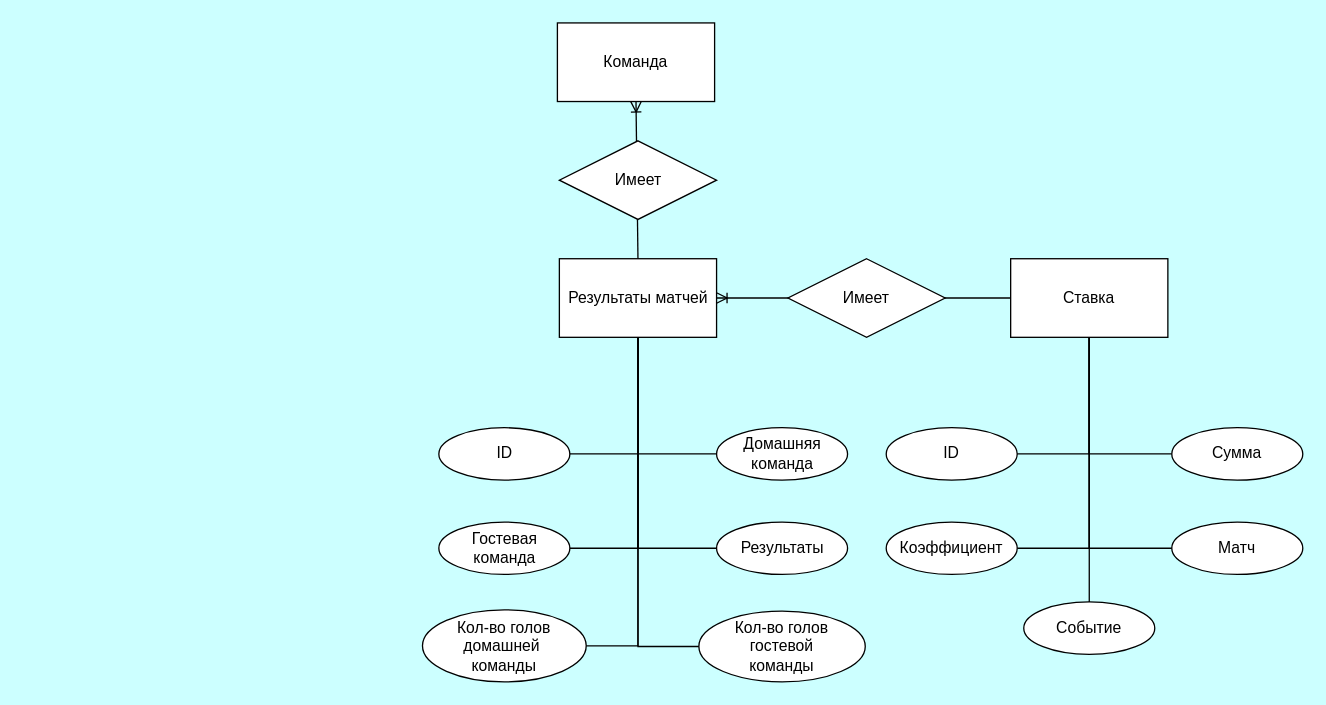
The draw.io diagram report/schm/er.drawio in AnGREATern/RomBet, before the edit. Source tidied: cells renumbered, new cells numbered last; positions are measured from the earlier drawing's top-left corner, leaving out a move shared by most shapes. Both pictures are drawn from the tidied source at 131%, with x=0, y=0 at pixel (422, 22).
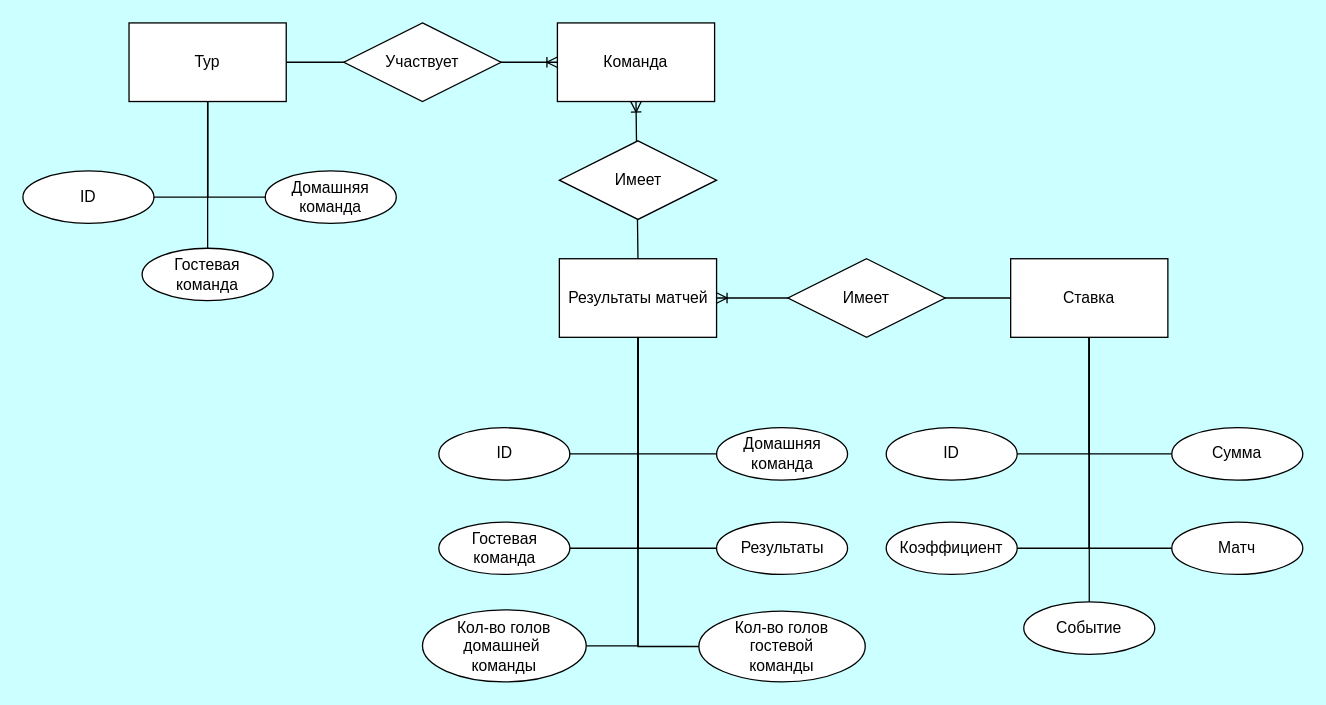
The same page after the edit.

The change refers to these unchanged cells:
```xml
<mxCell id="4" value="Команда" style="rounded=0;whiteSpace=wrap;html=1;" parent="1" vertex="1">
  <mxGeometry x="103" width="120" height="60" as="geometry" />
</mxCell>
```

Diff of the diagram source:
```diff
@@
+    <mxCell id="31" value="Тур" style="rounded=0;whiteSpace=wrap;html=1;" parent="1" vertex="1">
+      <mxGeometry x="-224" width="120" height="60" as="geometry" />
+    </mxCell>
+    <mxCell id="32" style="fontSize=12;html=1;endArrow=ERoneToMany;exitX=1;exitY=0.5;exitDx=0;exitDy=0;entryX=0;entryY=0.5;entryDx=0;entryDy=0;rounded=0;" parent="1" edge="1" source="31" target="4">
+      <mxGeometry relative="1" as="geometry" />
+    </mxCell>
+    <mxCell id="33" value="ID" style="ellipse;whiteSpace=wrap;html=1;align=center;" parent="1" vertex="1">
+      <mxGeometry x="-305" y="113" width="100" height="40" as="geometry" />
+    </mxCell>
+    <mxCell id="34" value="&lt;font style=&quot;color: rgb(0, 0, 0);&quot;&gt;Домашняя&lt;/font&gt;&lt;div&gt;&lt;font style=&quot;color: rgb(0, 0, 0);&quot;&gt;команда&lt;/font&gt;&lt;/div&gt;" style="ellipse;whiteSpace=wrap;html=1;align=center;" parent="1" vertex="1">
+      <mxGeometry x="-120" y="113" width="100" height="40" as="geometry" />
+    </mxCell>
+    <mxCell id="35" value="&lt;font style=&quot;color: rgb(0, 0, 0);&quot;&gt;Гостевая&lt;/font&gt;&lt;div&gt;&lt;font style=&quot;color: rgb(0, 0, 0);&quot;&gt;команда&lt;/font&gt;&lt;/div&gt;" style="ellipse;whiteSpace=wrap;html=1;align=center;" parent="1" vertex="1">
+      <mxGeometry x="-214" y="172" width="100" height="40" as="geometry" />
+    </mxCell>
+    <mxCell id="36" style="edgeStyle=orthogonalEdgeStyle;html=1;rounded=0;endArrow=none;endFill=0;entryX=0.5;entryY=1;entryDx=0;entryDy=0;exitX=0;exitY=0.5;exitDx=0;exitDy=0;" parent="1" edge="1" source="34" target="31">
+      <mxGeometry relative="1" as="geometry" />
+    </mxCell>
+    <mxCell id="37" style="edgeStyle=orthogonalEdgeStyle;html=1;rounded=0;endArrow=none;endFill=0;entryX=0.5;entryY=1;entryDx=0;entryDy=0;exitX=1;exitY=0.5;exitDx=0;exitDy=0;" parent="1" edge="1" source="33" target="31">
+      <mxGeometry relative="1" as="geometry" />
+    </mxCell>
+    <mxCell id="38" style="edgeStyle=orthogonalEdgeStyle;html=1;rounded=0;endArrow=none;endFill=0;entryX=0.5;entryY=1;entryDx=0;entryDy=0;exitX=0.5;exitY=0;exitDx=0;exitDy=0;" parent="1" edge="1" source="35" target="31">
+      <mxGeometry relative="1" as="geometry" />
+    </mxCell>
+    <mxCell id="39" value="Участвует" style="shape=rhombus;perimeter=rhombusPerimeter;whiteSpace=wrap;html=1;align=center;" parent="1" vertex="1">
+      <mxGeometry x="-60" width="120" height="60" as="geometry" />
+    </mxCell>
```
